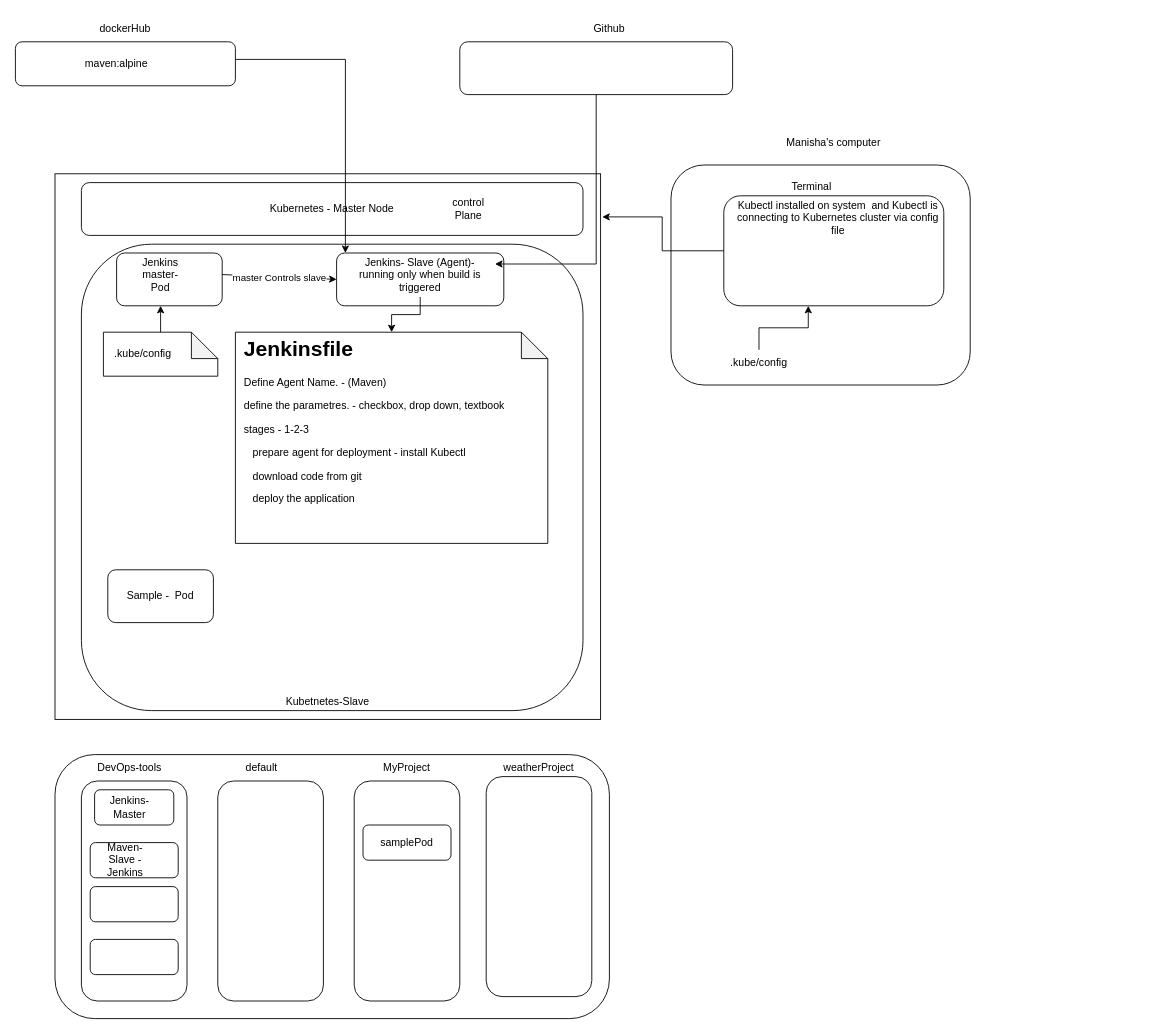
Earlier version of the draw.io diagram Untitled Diagram.drawio (princevermadevops/jenkins). Source tidied: cells renumbered, new cells numbered last; positions are measured from the earlier drawing's top-left corner, leaving out a move shared by most shapes. Both pictures are drawn from the tidied source at 88%, with x=0, y=0 at pixel (15, 15).
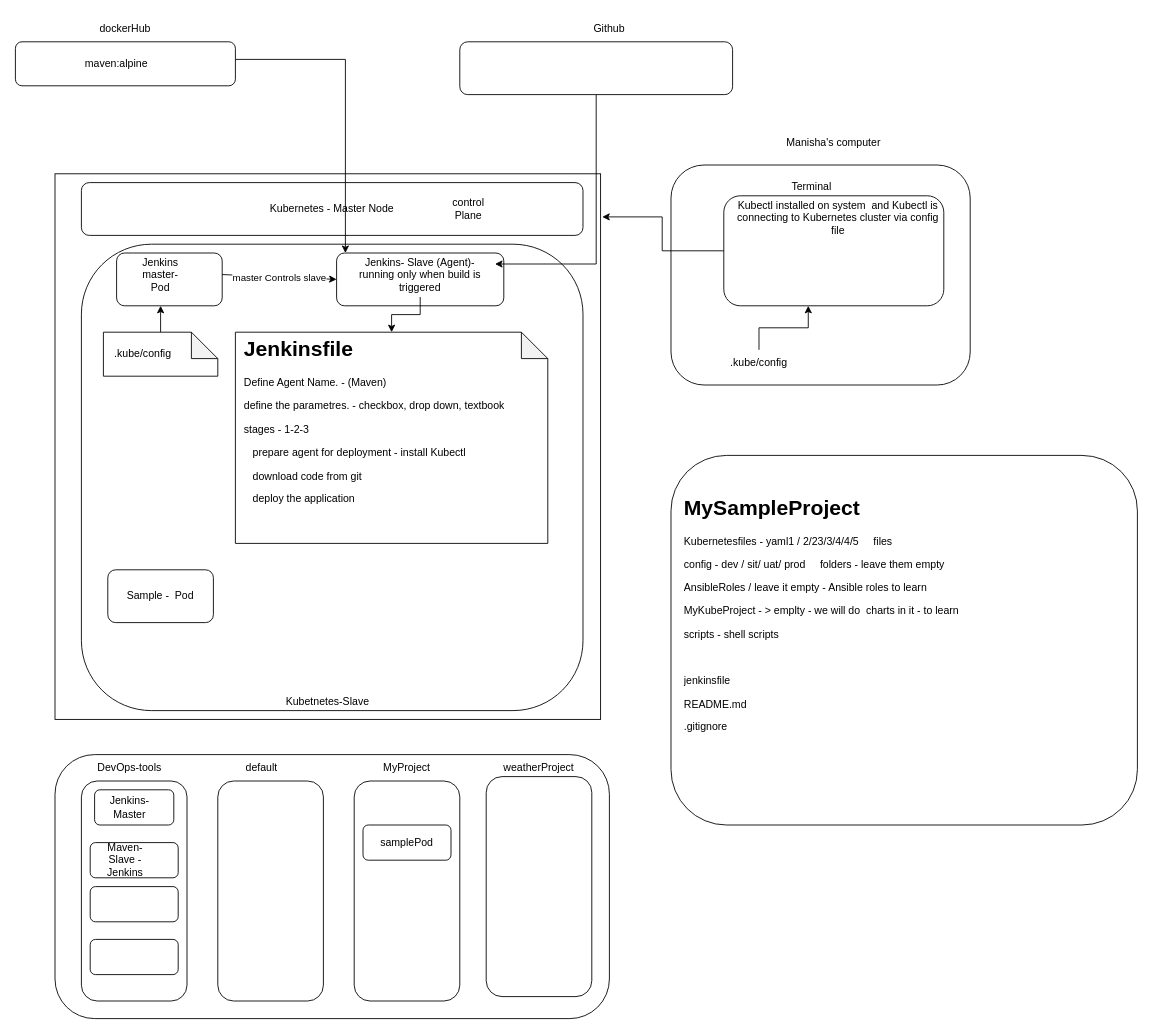
After the change.

What changed in the source:
```diff
@@
+    <mxCell id="52" style="rounded=1;whiteSpace=wrap;html=1;" parent="1" vertex="1">
+      <mxGeometry x="745" y="500" width="530" height="420" as="geometry" />
+    </mxCell>
+    <mxCell id="53" value="&lt;h1&gt;MySampleProject&lt;/h1&gt;&lt;p&gt;Kubernetesfiles - yaml1 / 2/23/3/4/4/5 &amp;nbsp; &amp;nbsp; files&lt;/p&gt;&lt;p&gt;config - dev / sit/ uat/ prod &amp;nbsp; &amp;nbsp; folders - leave them empty&lt;/p&gt;&lt;p&gt;AnsibleRoles / leave it empty - Ansible roles to learn&lt;br&gt;&lt;/p&gt;&lt;p&gt;MyKubeProject - &amp;gt; emplty - we will do &amp;nbsp;charts in it - to learn&lt;br&gt;&lt;/p&gt;&lt;p&gt;scripts - shell scripts &amp;nbsp; &amp;nbsp; &amp;nbsp; &amp;nbsp; &amp;nbsp; &amp;nbsp; &amp;nbsp;&amp;nbsp;&lt;br&gt;&lt;/p&gt;&lt;p&gt;&lt;br&gt;&lt;/p&gt;&lt;p&gt;jenkinsfile&lt;/p&gt;&lt;p&gt;README.md&lt;/p&gt;&lt;p&gt;.gitignore&lt;/p&gt;&lt;p&gt;&lt;br&gt;&lt;/p&gt;&lt;p&gt;&lt;br&gt;&lt;/p&gt;" style="text;html=1;strokeColor=none;fillColor=none;spacing=5;spacingTop=-20;whiteSpace=wrap;overflow=hidden;rounded=0;" parent="1" vertex="1">
+      <mxGeometry x="755" y="540" width="500" height="360" as="geometry" />
+    </mxCell>
```
